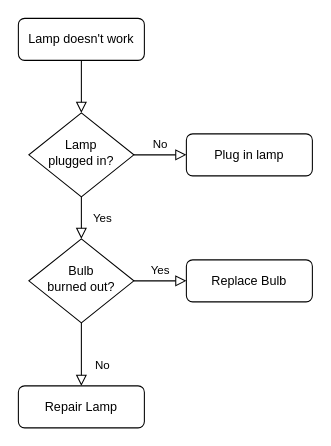
Before: Sequence Diagram.drawio in b-rattray04/Group1-HexOust-Game, a draw.io diagram. Source tidied: cells renumbered, new cells numbered last; positions are measured from the earlier drawing's top-left corner, leaving out a move shared by most shapes. Both pictures are drawn from the tidied source at 105%, with x=0, y=0 at pixel (18, 18).
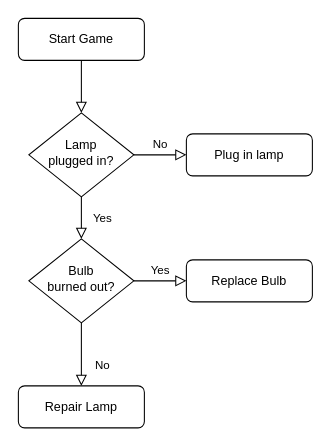
The same page after the edit.

What changed in the source:
```diff
@@
 <mxGraphModel>
   <root>
     <mxCell id="0" />
     <mxCell id="1" parent="0" />
     <mxCell id="2" style="rounded=0;html=1;jettySize=auto;fontSize=11;endArrow=block;endFill=0;endSize=8;strokeWidth=1;shadow=0;labelBackgroundColor=none;edgeStyle=orthogonalEdgeStyle;" parent="1" edge="1" source="3" target="6">
       <mxGeometry relative="1" as="geometry" />
     </mxCell>
-    <mxCell id="3" value="Lamp doesn't work" style="rounded=1;whiteSpace=wrap;html=1;fontSize=12;glass=0;strokeWidth=1;shadow=0;" parent="1" vertex="1">
+    <mxCell id="3" value="Start Game" style="rounded=1;whiteSpace=wrap;html=1;fontSize=12;glass=0;strokeWidth=1;shadow=0;" parent="1" vertex="1">
       <mxGeometry width="120" height="40" as="geometry" />
     </mxCell>
     <mxCell id="4" value="Yes" style="rounded=0;html=1;jettySize=auto;fontSize=11;endArrow=block;endFill=0;endSize=8;strokeWidth=1;shadow=0;labelBackgroundColor=none;edgeStyle=orthogonalEdgeStyle;" parent="1" edge="1" source="6" target="10">
       <mxGeometry y="20" relative="1" as="geometry" />
     </mxCell>
     <mxCell id="5" value="No" style="edgeStyle=orthogonalEdgeStyle;rounded=0;html=1;jettySize=auto;fontSize=11;endArrow=block;endFill=0;endSize=8;strokeWidth=1;shadow=0;labelBackgroundColor=none;" parent="1" edge="1" source="6" target="7">
       <mxGeometry y="10" relative="1" as="geometry" />
     </mxCell>
     <mxCell id="6" value="Lamp&lt;br&gt;plugged in?" style="rhombus;whiteSpace=wrap;html=1;shadow=0;fontFamily=Helvetica;fontSize=12;align=center;strokeWidth=1;spacing=6;spacingTop=-4;" parent="1" vertex="1">
       <mxGeometry x="10" y="90" width="100" height="80" as="geometry" />
     </mxCell>
     <mxCell id="7" value="Plug in lamp" style="rounded=1;whiteSpace=wrap;html=1;fontSize=12;glass=0;strokeWidth=1;shadow=0;" parent="1" vertex="1">
       <mxGeometry x="160" y="110" width="120" height="40" as="geometry" />
     </mxCell>
     <mxCell id="8" value="No" style="rounded=0;html=1;jettySize=auto;fontSize=11;endArrow=block;endFill=0;endSize=8;strokeWidth=1;shadow=0;labelBackgroundColor=none;edgeStyle=orthogonalEdgeStyle;" parent="1" edge="1" source="10" target="11">
       <mxGeometry x="0.33" y="20" relative="1" as="geometry" />
     </mxCell>
     <mxCell id="9" value="Yes" style="edgeStyle=orthogonalEdgeStyle;rounded=0;html=1;jettySize=auto;fontSize=11;endArrow=block;endFill=0;endSize=8;strokeWidth=1;shadow=0;labelBackgroundColor=none;" parent="1" edge="1" source="10" target="12">
       <mxGeometry y="10" relative="1" as="geometry" />
     </mxCell>
     <mxCell id="10" value="Bulb&lt;br&gt;burned out?" style="rhombus;whiteSpace=wrap;html=1;shadow=0;fontFamily=Helvetica;fontSize=12;align=center;strokeWidth=1;spacing=6;spacingTop=-4;" parent="1" vertex="1">
       <mxGeometry x="10" y="210" width="100" height="80" as="geometry" />
     </mxCell>
     <mxCell id="11" value="Repair Lamp" style="rounded=1;whiteSpace=wrap;html=1;fontSize=12;glass=0;strokeWidth=1;shadow=0;" parent="1" vertex="1">
       <mxGeometry y="350" width="120" height="40" as="geometry" />
     </mxCell>
     <mxCell id="12" value="Replace Bulb" style="rounded=1;whiteSpace=wrap;html=1;fontSize=12;glass=0;strokeWidth=1;shadow=0;" parent="1" vertex="1">
       <mxGeometry x="160" y="230" width="120" height="40" as="geometry" />
     </mxCell>
   </root>
 </mxGraphModel>
```
